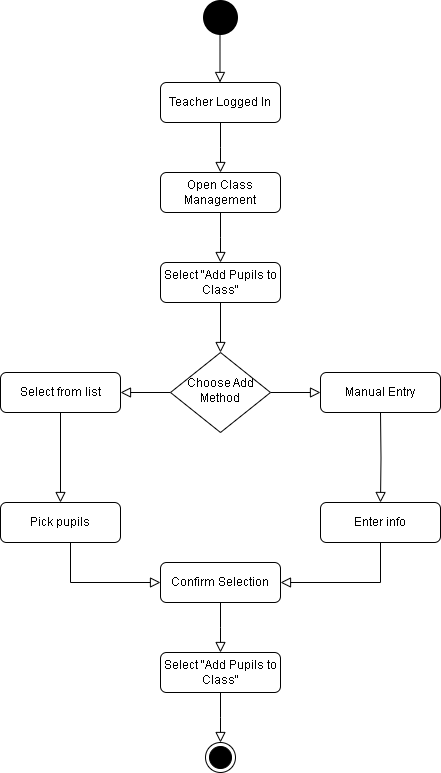
Above: Activity-diagrams/activity-diagram-add-pupil-to-class.drawio.png in LeandroBakollari/learning-platform (draw.io), before the change. Source tidied: cells renumbered, new cells last; positions are measured from the earlier drawing's top-left corner, leaving out a move shared by most shapes.
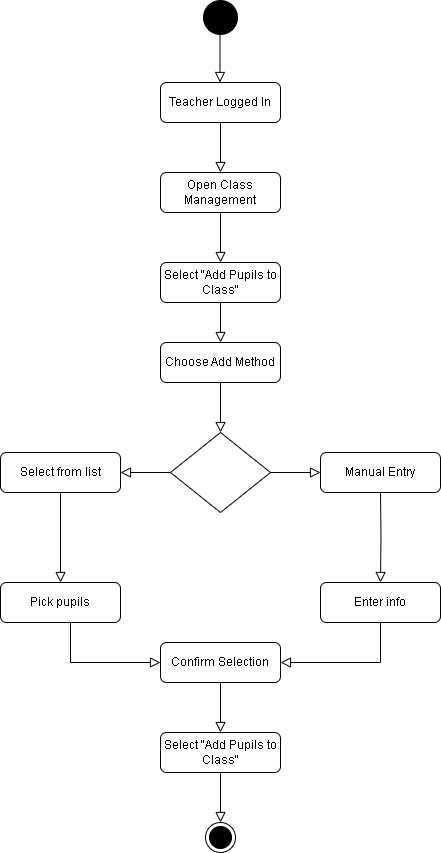
The same file after the commit.

What changed in the source:
```diff
@@ -2,11 +2,11 @@
   <root>
     <mxCell id="0" />
     <mxCell id="1" parent="0" />
-    <mxCell id="2" style="rounded=0;html=1;jettySize=auto;fontSize=11;endArrow=block;endFill=0;endSize=8;strokeWidth=1;shadow=0;labelBackgroundColor=none;edgeStyle=orthogonalEdgeStyle;" parent="1" edge="1" source="3" target="6">
+    <mxCell id="2" style="rounded=0;html=1;jettySize=auto;fontSize=11;endArrow=block;endFill=0;endSize=8;strokeWidth=1;shadow=0;labelBackgroundColor=none;edgeStyle=orthogonalEdgeStyle;" parent="1" edge="1" source="3" target="27">
       <mxGeometry relative="1" as="geometry" />
     </mxCell>
     <mxCell id="3" value="Select &quot;Add Pupils to Class&quot;" style="rounded=1;whiteSpace=wrap;html=1;fontSize=12;glass=0;strokeWidth=1;shadow=0;" parent="1" vertex="1">
-      <mxGeometry x="160" y="260" width="120" height="40" as="geometry" />
+      <mxGeometry x="160" y="180" width="120" height="40" as="geometry" />
     </mxCell>
     <mxCell id="4" style="rounded=0;html=1;jettySize=auto;fontSize=11;endArrow=block;endFill=0;endSize=8;strokeWidth=1;shadow=0;labelBackgroundColor=none;edgeStyle=orthogonalEdgeStyle;" parent="1" edge="1" source="6" target="9">
       <mxGeometry y="20" relative="1" as="geometry" />
@@ -14,7 +14,7 @@
     <mxCell id="5" style="edgeStyle=orthogonalEdgeStyle;rounded=0;html=1;jettySize=auto;fontSize=11;endArrow=block;endFill=0;endSize=8;strokeWidth=1;shadow=0;labelBackgroundColor=none;" parent="1" edge="1" source="6" target="7">
       <mxGeometry y="10" relative="1" as="geometry" />
     </mxCell>
-    <mxCell id="6" value="Choose Add Method" style="rhombus;whiteSpace=wrap;html=1;shadow=0;fontFamily=Helvetica;fontSize=12;align=center;strokeWidth=1;spacing=6;spacingTop=-4;" parent="1" vertex="1">
+    <mxCell id="6" style="rhombus;whiteSpace=wrap;html=1;shadow=0;fontFamily=Helvetica;fontSize=12;align=center;strokeWidth=1;spacing=6;spacingTop=-4;" parent="1" vertex="1">
       <mxGeometry x="170" y="350" width="100" height="80" as="geometry" />
     </mxCell>
     <mxCell id="7" value="Manual Entry" style="rounded=1;whiteSpace=wrap;html=1;fontSize=12;glass=0;strokeWidth=1;shadow=0;" parent="1" vertex="1">
@@ -31,19 +31,19 @@
     </mxCell>
     <mxCell id="11" style="rounded=0;html=1;jettySize=auto;fontSize=11;endArrow=block;endFill=0;endSize=8;strokeWidth=1;shadow=0;labelBackgroundColor=none;edgeStyle=orthogonalEdgeStyle;" parent="1" edge="1" source="12">
       <mxGeometry relative="1" as="geometry">
-        <mxPoint x="220" y="260" as="targetPoint" />
+        <mxPoint x="220" y="180" as="targetPoint" />
       </mxGeometry>
     </mxCell>
     <mxCell id="12" value="Open Class Management" style="rounded=1;whiteSpace=wrap;html=1;fontSize=12;glass=0;strokeWidth=1;shadow=0;" parent="1" vertex="1">
-      <mxGeometry x="160" y="170" width="120" height="40" as="geometry" />
+      <mxGeometry x="160" y="90" width="120" height="40" as="geometry" />
     </mxCell>
     <mxCell id="13" style="rounded=0;html=1;jettySize=auto;fontSize=11;endArrow=block;endFill=0;endSize=8;strokeWidth=1;shadow=0;labelBackgroundColor=none;edgeStyle=orthogonalEdgeStyle;" parent="1" edge="1" source="14">
       <mxGeometry relative="1" as="geometry">
-        <mxPoint x="220" y="170" as="targetPoint" />
+        <mxPoint x="220" y="90" as="targetPoint" />
       </mxGeometry>
     </mxCell>
     <mxCell id="14" value="Teacher Logged In" style="rounded=1;whiteSpace=wrap;html=1;fontSize=12;glass=0;strokeWidth=1;shadow=0;" parent="1" vertex="1">
-      <mxGeometry x="160" y="80" width="120" height="40" as="geometry" />
+      <mxGeometry x="160" width="120" height="40" as="geometry" />
     </mxCell>
     <mxCell id="15" style="edgeStyle=orthogonalEdgeStyle;rounded=0;html=1;jettySize=auto;fontSize=11;endArrow=block;endFill=0;endSize=8;strokeWidth=1;shadow=0;labelBackgroundColor=none;" parent="1" edge="1" target="16">
       <mxGeometry y="10" relative="1" as="geometry">
@@ -87,15 +87,21 @@
     </mxCell>
     <mxCell id="23" style="rounded=0;html=1;jettySize=auto;orthogonalLoop=1;fontSize=11;endArrow=block;endFill=0;endSize=8;strokeWidth=1;shadow=0;labelBackgroundColor=none;edgeStyle=orthogonalEdgeStyle;" parent="1" edge="1">
       <mxGeometry relative="1" as="geometry">
-        <mxPoint x="219.5" y="30" as="sourcePoint" />
-        <mxPoint x="219.5" y="80" as="targetPoint" />
+        <mxPoint x="219.5" y="-50" as="sourcePoint" />
+        <mxPoint x="219.5" as="targetPoint" />
       </mxGeometry>
     </mxCell>
     <mxCell id="24" style="ellipse;html=1;shape=endState;fillColor=#000000;strokeColor=#000000;" parent="1" vertex="1">
       <mxGeometry x="205" y="740" width="30" height="30" as="geometry" />
     </mxCell>
     <mxCell id="25" style="ellipse;html=1;shape=endState;fillColor=#000000;strokeColor=#000000;strokeWidth=5;" parent="1" vertex="1">
-      <mxGeometry x="205" width="30" height="30" as="geometry" />
+      <mxGeometry x="205" y="-80" width="30" height="30" as="geometry" />
     </mxCell>
+    <mxCell id="26" style="rounded=0;html=1;jettySize=auto;fontSize=11;endArrow=block;endFill=0;endSize=8;strokeWidth=1;shadow=0;labelBackgroundColor=none;edgeStyle=orthogonalEdgeStyle;" parent="1" edge="1" source="27" target="6">
+      <mxGeometry relative="1" as="geometry" />
+    </mxCell>
+    <mxCell id="27" value="Choose Add Method" style="rounded=1;whiteSpace=wrap;html=1;fontSize=12;glass=0;strokeWidth=1;shadow=0;" parent="1" vertex="1">
+      <mxGeometry x="160" y="260" width="120" height="40" as="geometry" />
+    </mxCell>
   </root>
 </mxGraphModel>
```
